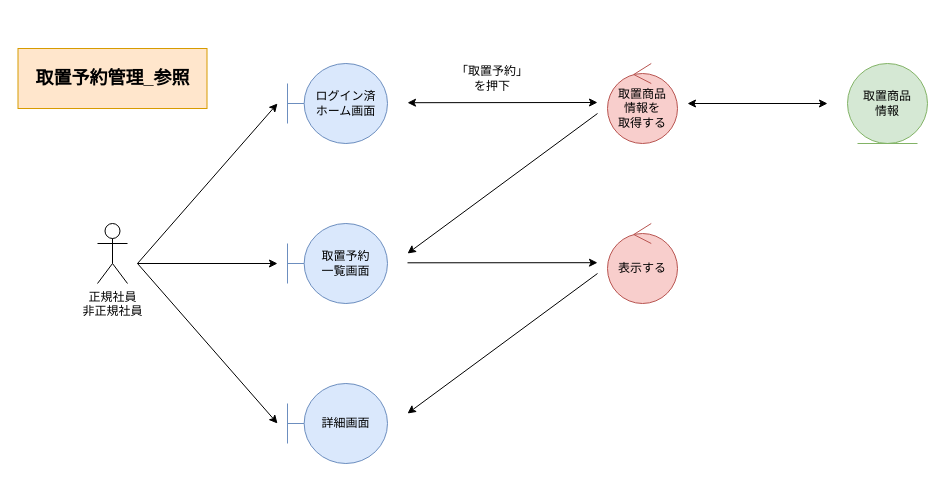
Before: page "*取置予約管理_参照" (2 of 4) of 各種設計書/3ロバストネス図/商品情報管理/3.取置予約管理.drawio in HaruShim/Sotuken, a draw.io diagram. Source tidied: cells renumbered, new cells numbered last; positions are measured from the earlier drawing's top-left corner, leaving out a move shared by most shapes. Both pictures are drawn from the tidied source at 100%, with x=0, y=0 at pixel (17, 48).
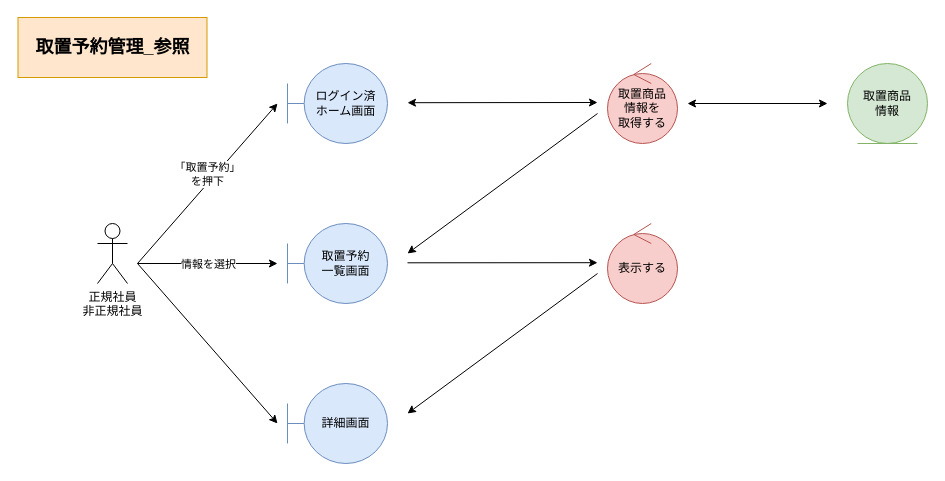
After the change.

The change refers to these unchanged cells:
```xml
<mxCell id="10" style="endArrow=classic;html=1;rounded=0;" parent="1" edge="1">
  <mxGeometry relative="1" as="geometry">
    <mxPoint x="120" y="215" as="sourcePoint" />
    <mxPoint x="260" y="215" as="targetPoint" />
  </mxGeometry>
</mxCell>
```

What changed in the source:
```diff
@@
+    <mxCell id="9" style="endArrow=classic;html=1;rounded=0;strokeColor=default;labelBackgroundColor=default;fontColor=default;" parent="1" edge="1">
+      <mxGeometry relative="1" as="geometry">
+        <mxPoint x="120" y="215" as="sourcePoint" />
+        <mxPoint x="260" y="55" as="targetPoint" />
+      </mxGeometry>
+    </mxCell>
-    <mxCell id="8" value="「取置予約」&lt;br&gt;を押下" style="text;html=1;strokeColor=none;fillColor=none;align=center;verticalAlign=middle;whiteSpace=wrap;rounded=0;" parent="1" vertex="1">
-      <mxGeometry x="420" y="15" width="110" height="30" as="geometry" />
+    <mxCell id="8" value="「取置予約」&lt;br&gt;を押下" style="edgeLabel;html=1;align=center;verticalAlign=middle;fontColor=default;labelBackgroundColor=default;" parent="9" vertex="1">
+      <mxGeometry x="0.16" y="3" relative="1" as="geometry">
+        <mxPoint x="-9" y="5" as="offset" />
+      </mxGeometry>
     </mxCell>
-    <mxCell id="9" style="endArrow=classic;html=1;rounded=0;" parent="1" edge="1">
-      <mxGeometry relative="1" as="geometry">
-        <mxPoint x="120" y="215" as="sourcePoint" />
-        <mxPoint x="260" y="55" as="targetPoint" />
-      </mxGeometry>
-    </mxCell>
@@
+    <mxCell id="19" value="情報を選択" style="edgeLabel;html=1;align=center;verticalAlign=middle;fontColor=default;" parent="10" vertex="1">
+      <mxGeometry x="0.19" y="1" relative="1" as="geometry">
+        <mxPoint x="-13" y="1" as="offset" />
+      </mxGeometry>
+    </mxCell>
@@
     <mxCell id="18" value="取置予約管理_参照" style="rounded=0;whiteSpace=wrap;html=1;fillColor=#ffe6cc;strokeColor=#d79b00;fontStyle=1;fontSize=18;" parent="1" vertex="1">
-      <mxGeometry x="0.5" width="189" height="60" as="geometry" />
+      <mxGeometry x="0.5" y="-31" width="189" height="60" as="geometry" />
     </mxCell>
```
